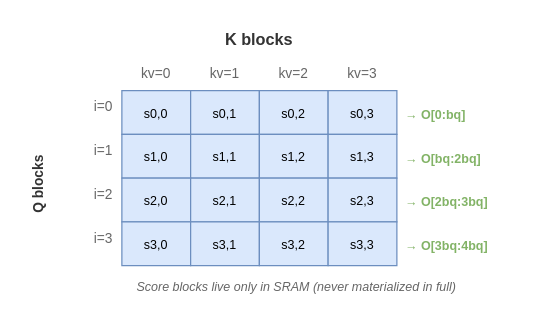
Above: images/splash-attention-puzzle5.drawio in vorushin/pallas_puzzles (draw.io), before the change. Source tidied: cells renumbered, new cells numbered last; positions are measured from the earlier drawing's top-left corner, leaving out a move shared by most shapes. Both pictures are drawn from the tidied source at 125%, with x=0, y=0 at pixel (21, 21).
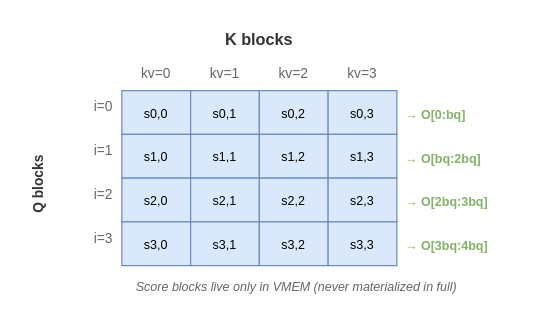
The same diagram, later.

Commit message (it also covers changes not shown here):
Diagrams: scale up 1.5x, SRAM→VMEM, larger T×T boxes in Puzzle 1

Diff of the diagram source:
```diff
@@
-    <mxCell id="32" value="Score blocks live only in SRAM (never materialized in full)" style="text;fontSize=10;fontColor=#666666;fontStyle=2;align=center;" parent="1" vertex="1">
+    <mxCell id="32" value="Score blocks live only in VMEM (never materialized in full)" style="text;fontSize=10;fontColor=#666666;fontStyle=2;align=center;" parent="1" vertex="1">
       <mxGeometry x="40" y="200" width="360" height="20" as="geometry" />
     </mxCell>
```
